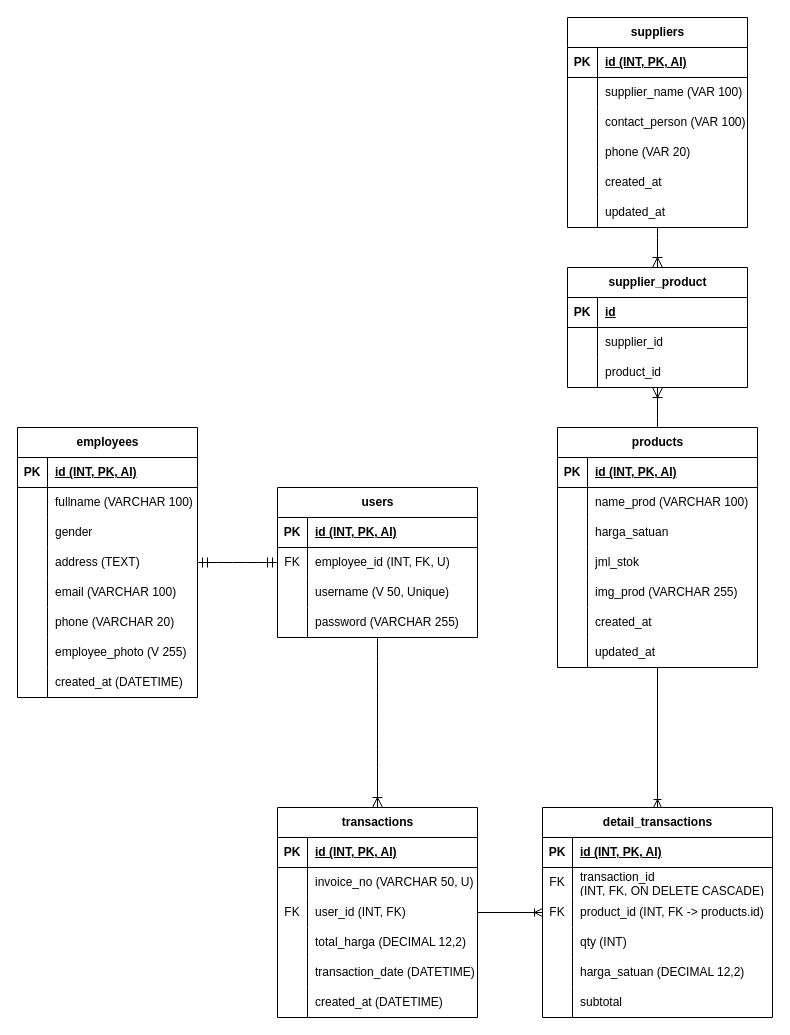
Earlier version of the draw.io diagram kasirku.drawio (kunaone/kasirku_ci). Source tidied: cells renumbered, new cells numbered last; positions are measured from the earlier drawing's top-left corner, leaving out a move shared by most shapes. Both pictures are drawn from the tidied source at 100%, with x=0, y=0 at pixel (17, 17).
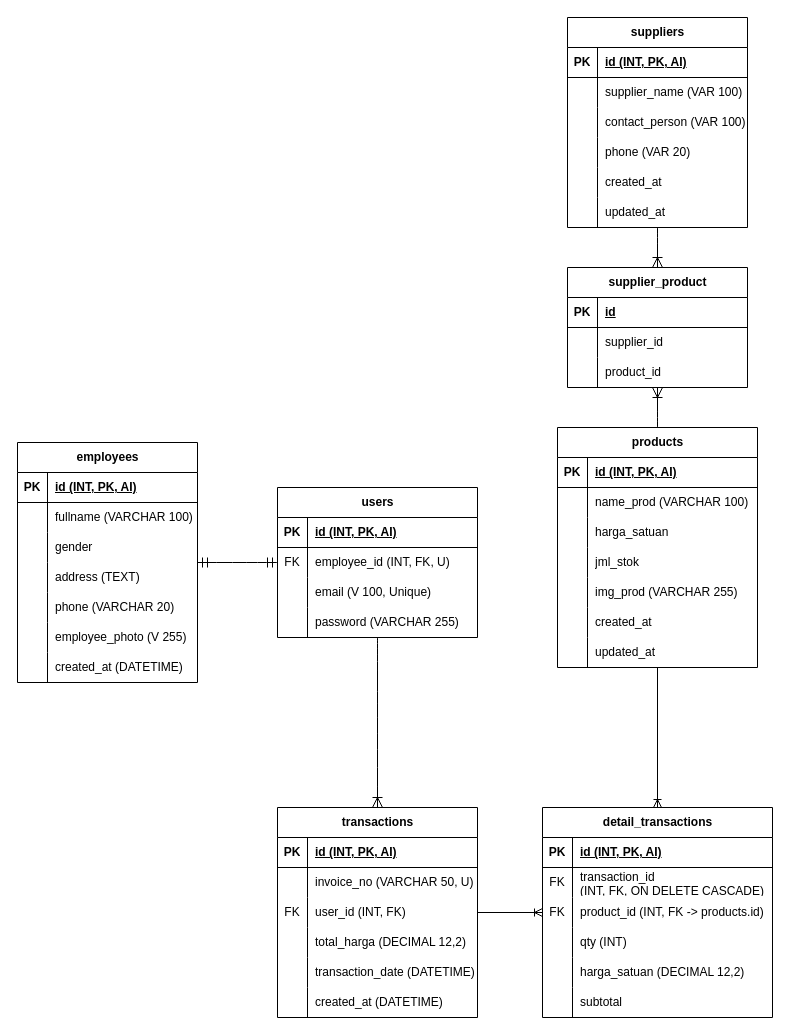
After the change.

The change refers to these unchanged cells:
```xml
<mxCell id="9" style="shape=tableRow;horizontal=0;startSize=0;swimlaneHead=0;swimlaneBody=0;fillColor=none;top=0;left=0;right=0;bottom=0;" parent="2" vertex="1">
  <mxGeometry y="90" width="200" height="30" as="geometry" />
</mxCell>
```

Diff of the diagram source:
```diff
@@
-    <mxCell id="11" value="username (V 50, Unique)" style="shape=partialRectangle;fillColor=none;top=0;left=0;bottom=0;right=0;align=left;spacingLeft=6;overflow=hidden;whiteSpace=wrap;html=1;" parent="9" vertex="1">
+    <mxCell id="11" value="email (V 100, Unique)" style="shape=partialRectangle;fillColor=none;top=0;left=0;bottom=0;right=0;align=left;spacingLeft=6;overflow=hidden;whiteSpace=wrap;html=1;" parent="9" vertex="1">
       <mxGeometry x="30" width="170" height="30" as="geometry" />
     </mxCell>
@@
     <mxCell id="15" value="employees" style="shape=table;startSize=30;childLayout=tableLayout;rowLines=0;fontStyle=1;align=center;html=1;" parent="1" vertex="1">
-      <mxGeometry y="410" width="180" height="270" as="geometry" />
+      <mxGeometry y="425" width="180" height="240" as="geometry" />
     </mxCell>
@@
-    <mxCell id="28" style="shape=tableRow;horizontal=0;startSize=0;swimlaneHead=0;swimlaneBody=0;fillColor=none;top=0;left=0;right=0;bottom=0;" parent="15" vertex="1">
-      <mxGeometry y="150" width="180" height="30" as="geometry" />
-    </mxCell>
-    <mxCell id="29" style="shape=partialRectangle;fillColor=none;top=0;left=0;bottom=0;right=0;overflow=hidden;whiteSpace=wrap;html=1;" parent="28" vertex="1">
-      <mxGeometry width="30" height="30" as="geometry" />
-    </mxCell>
-    <mxCell id="30" value="email (VARCHAR 100)" style="shape=partialRectangle;fillColor=none;top=0;left=0;bottom=0;right=0;align=left;spacingLeft=6;overflow=hidden;whiteSpace=wrap;html=1;" parent="28" vertex="1">
-      <mxGeometry x="30" width="150" height="30" as="geometry" />
-    </mxCell>
     <mxCell id="31" style="shape=tableRow;horizontal=0;startSize=0;swimlaneHead=0;swimlaneBody=0;fillColor=none;top=0;left=0;right=0;bottom=0;" parent="15" vertex="1">
-      <mxGeometry y="180" width="180" height="30" as="geometry" />
+      <mxGeometry y="150" width="180" height="30" as="geometry" />
     </mxCell>
@@
     <mxCell id="34" style="shape=tableRow;horizontal=0;startSize=0;swimlaneHead=0;swimlaneBody=0;fillColor=none;top=0;left=0;right=0;bottom=0;" parent="15" vertex="1">
-      <mxGeometry y="210" width="180" height="30" as="geometry" />
+      <mxGeometry y="180" width="180" height="30" as="geometry" />
     </mxCell>
@@
     <mxCell id="37" style="shape=tableRow;horizontal=0;startSize=0;swimlaneHead=0;swimlaneBody=0;fillColor=none;top=0;left=0;right=0;bottom=0;" parent="15" vertex="1">
-      <mxGeometry y="240" width="180" height="30" as="geometry" />
+      <mxGeometry y="210" width="180" height="30" as="geometry" />
     </mxCell>
```
